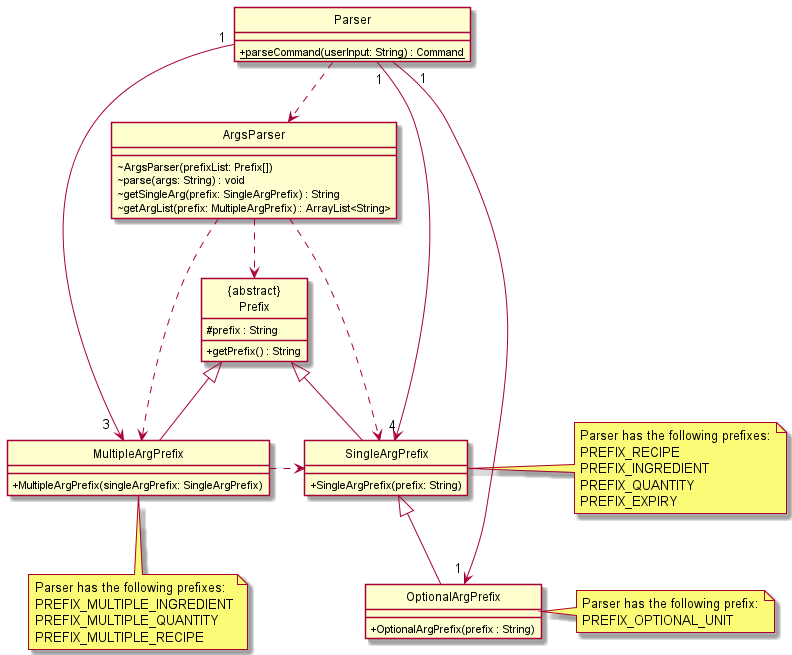
Earlier version of the PlantUML export docs/diagrams/ParserClassDiagram.png (nus-cs2113-AY2122S1/tp).
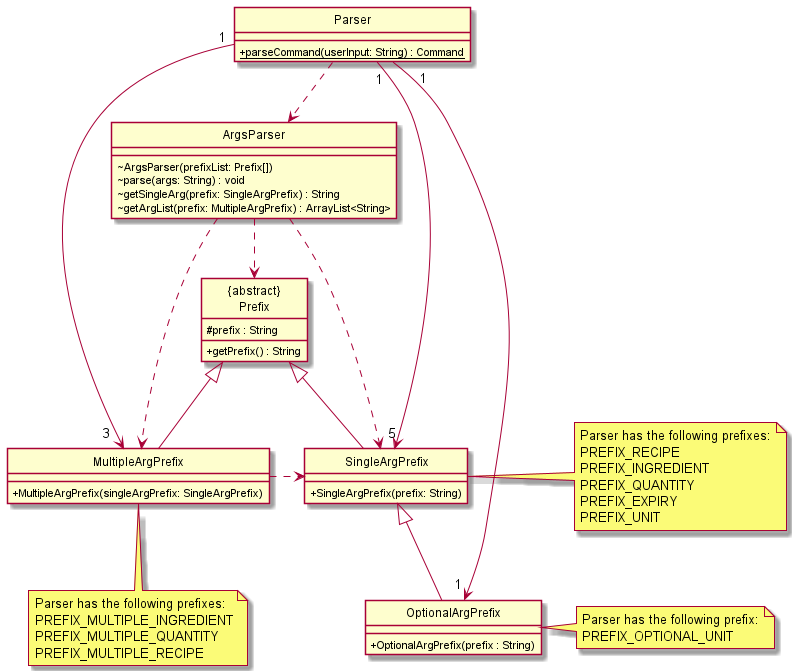
Above is the later version.

Diff of the diagram source:
```diff
@@ -31,7 +31,7 @@
 ArgsParser ..> SingleArgPrefix
 ArgsParser ..> MultipleArgPrefix
 Parser ..> ArgsParser
-Parser "1" --> "4" SingleArgPrefix
+Parser "1" --> "5" SingleArgPrefix
 Parser "1" --> "3  " MultipleArgPrefix
 Parser "    1" --> "1 " OptionalArgPrefix
 MultipleArgPrefix .> SingleArgPrefix
@@ -49,6 +49,7 @@
 PREFIX_INGREDIENT
 PREFIX_QUANTITY
 PREFIX_EXPIRY
+PREFIX_UNIT
 end note
 
 note right of OptionalArgPrefix
```
